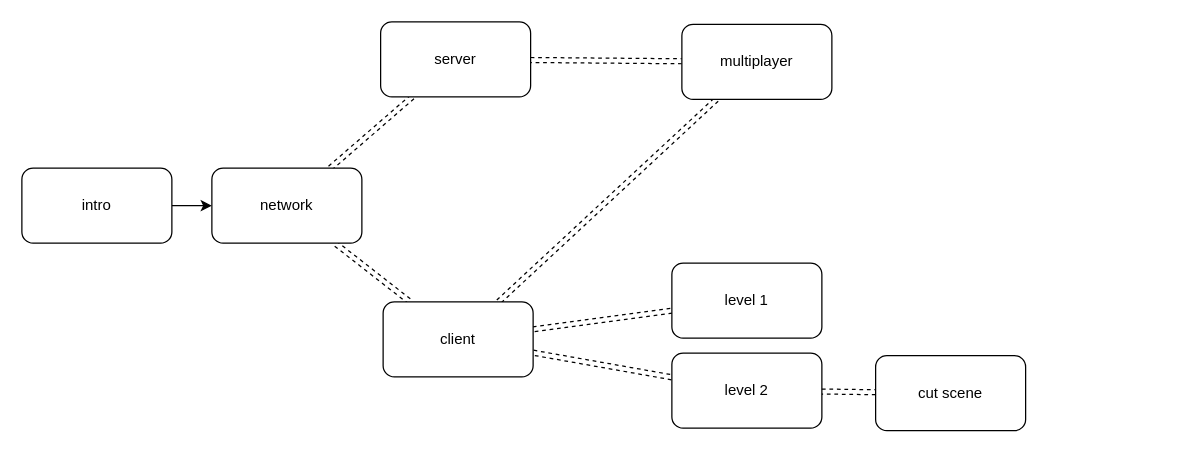
The draw.io diagram page "scene" (1 of 3) of Assets/_MyAsset/Diagram/info.drawio in VanPhat001/RedSkyRampageVRGame, before the edit. Source tidied: cells renumbered, new cells numbered last; positions are measured from the earlier drawing's top-left corner, leaving out a move shared by most shapes. Both pictures are drawn from the tidied source at 125%, with x=0, y=0 at pixel (21, 21).
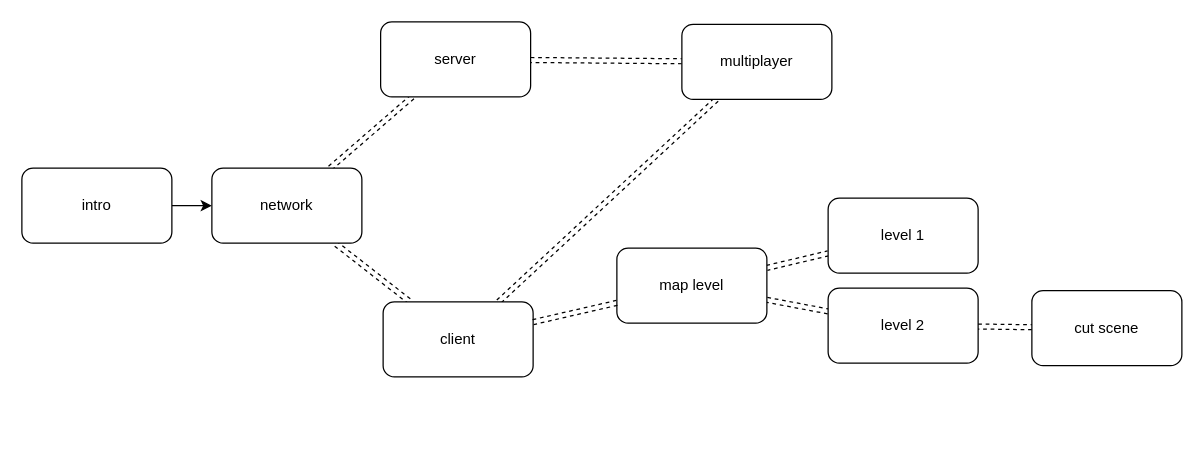
The same diagram, later.

The edit, as a diff of the source:
```diff
@@
 <mxGraphModel>
   <root>
     <mxCell id="0" />
     <mxCell id="1" parent="0" />
     <mxCell id="2" style="edgeStyle=none;html=1;" parent="1" edge="1" source="3" target="6">
       <mxGeometry relative="1" as="geometry" />
     </mxCell>
     <mxCell id="3" value="intro" style="rounded=1;whiteSpace=wrap;html=1;" parent="1" vertex="1">
       <mxGeometry y="117" width="120" height="60" as="geometry" />
     </mxCell>
     <mxCell id="4" style="edgeStyle=none;html=1;shape=link;dashed=1;" parent="1" edge="1" source="6" target="12">
       <mxGeometry relative="1" as="geometry" />
     </mxCell>
     <mxCell id="5" style="edgeStyle=none;html=1;shape=link;dashed=1;" parent="1" edge="1" source="6" target="10">
       <mxGeometry relative="1" as="geometry" />
     </mxCell>
     <mxCell id="6" value="network" style="rounded=1;whiteSpace=wrap;html=1;" parent="1" vertex="1">
       <mxGeometry x="152" y="117" width="120" height="60" as="geometry" />
     </mxCell>
-    <mxCell id="7" style="edgeStyle=none;html=1;shape=link;dashed=1;" parent="1" edge="1" source="10" target="13">
+    <mxCell id="7" style="edgeStyle=none;html=1;shape=link;dashed=1;" parent="1" edge="1" source="18" target="13">
       <mxGeometry relative="1" as="geometry" />
     </mxCell>
-    <mxCell id="8" style="edgeStyle=none;html=1;shape=link;dashed=1;" parent="1" edge="1" source="10" target="14">
+    <mxCell id="8" style="edgeStyle=none;html=1;shape=link;dashed=1;" parent="1" edge="1" source="18" target="14">
       <mxGeometry relative="1" as="geometry" />
     </mxCell>
     <mxCell id="9" style="edgeStyle=none;html=1;dashed=1;shape=link;" parent="1" edge="1" source="10" target="15">
       <mxGeometry relative="1" as="geometry" />
     </mxCell>
     <mxCell id="10" value="client" style="rounded=1;whiteSpace=wrap;html=1;" parent="1" vertex="1">
       <mxGeometry x="289" y="224" width="120" height="60" as="geometry" />
     </mxCell>
     <mxCell id="11" style="edgeStyle=none;html=1;dashed=1;shape=link;" parent="1" edge="1" source="12" target="15">
       <mxGeometry relative="1" as="geometry" />
     </mxCell>
     <mxCell id="12" value="server" style="rounded=1;whiteSpace=wrap;html=1;" parent="1" vertex="1">
       <mxGeometry x="287" width="120" height="60" as="geometry" />
     </mxCell>
     <mxCell id="13" value="level 1" style="rounded=1;whiteSpace=wrap;html=1;" parent="1" vertex="1">
-      <mxGeometry x="520" y="193" width="120" height="60" as="geometry" />
+      <mxGeometry x="645" y="141" width="120" height="60" as="geometry" />
     </mxCell>
     <mxCell id="14" value="level 2" style="rounded=1;whiteSpace=wrap;html=1;" parent="1" vertex="1">
-      <mxGeometry x="520" y="265" width="120" height="60" as="geometry" />
+      <mxGeometry x="645" y="213" width="120" height="60" as="geometry" />
     </mxCell>
     <mxCell id="15" value="multiplayer" style="rounded=1;whiteSpace=wrap;html=1;" parent="1" vertex="1">
       <mxGeometry x="528" y="2" width="120" height="60" as="geometry" />
     </mxCell>
     <mxCell id="16" style="edgeStyle=none;html=1;dashed=1;shape=link;" parent="1" edge="1" source="17" target="14">
       <mxGeometry relative="1" as="geometry" />
     </mxCell>
     <mxCell id="17" value="cut scene" style="rounded=1;whiteSpace=wrap;html=1;" parent="1" vertex="1">
-      <mxGeometry x="683" y="267" width="120" height="60" as="geometry" />
+      <mxGeometry x="808" y="215" width="120" height="60" as="geometry" />
     </mxCell>
+    <mxCell id="18" value="map level" style="rounded=1;whiteSpace=wrap;html=1;" parent="1" vertex="1">
+      <mxGeometry x="476" y="181" width="120" height="60" as="geometry" />
+    </mxCell>
+    <mxCell id="19" style="edgeStyle=none;html=1;dashed=1;shape=link;" parent="1" edge="1" source="10" target="18">
+      <mxGeometry relative="1" as="geometry" />
+    </mxCell>
   </root>
 </mxGraphModel>
```
